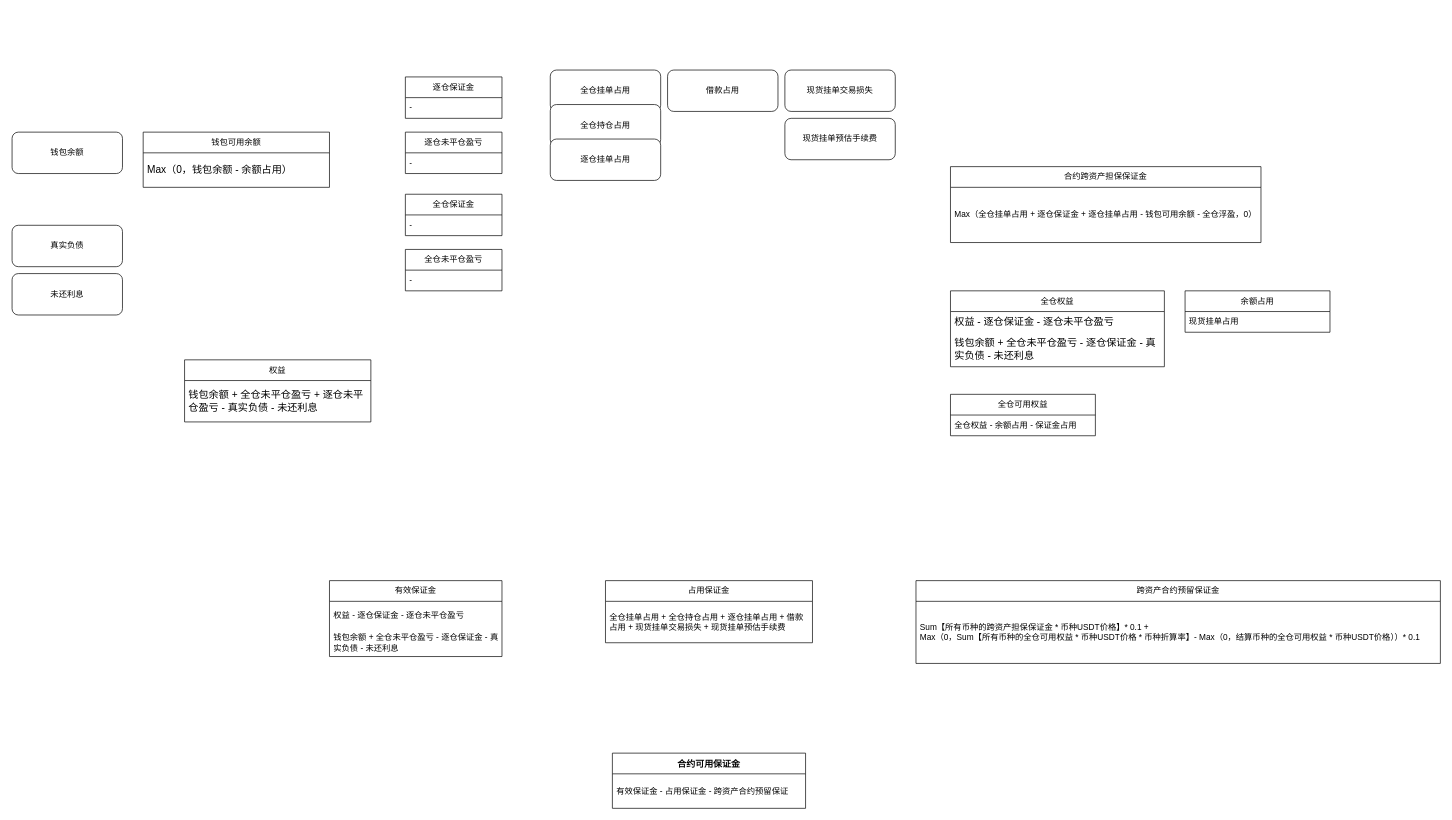
Before: UTA_2.drawio in AC-YoY/diagram-storage, a draw.io diagram. Source tidied: cells renumbered, new cells numbered last; positions are measured from the earlier drawing's top-left corner, leaving out a move shared by most shapes. Both pictures are drawn from the tidied source at 69%, with x=0, y=0 at pixel (12, 70).
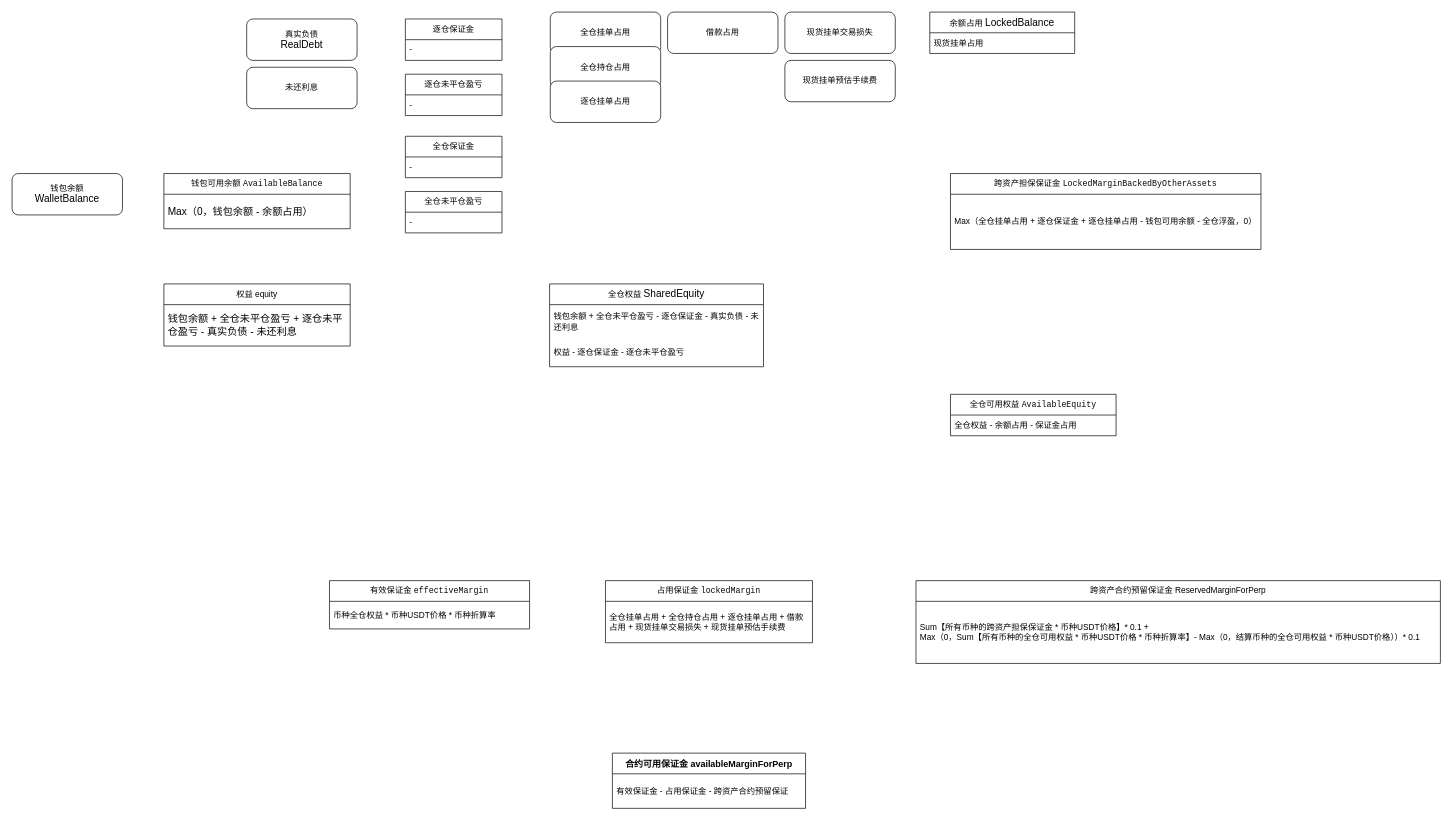
The same diagram, later.

What changed in the source:
```diff
@@
-    <mxCell id="2" value="&lt;span style=&quot;text-align: left;&quot;&gt;&lt;b&gt;&lt;font style=&quot;font-size: 13px;&quot;&gt;合约可用保证金&lt;/font&gt;&lt;/b&gt;&lt;/span&gt;" style="swimlane;fontStyle=0;horizontal=1;startSize=30;whiteSpace=wrap;html=1;" parent="1" vertex="1">
+    <mxCell id="2" value="&lt;span style=&quot;text-align: left;&quot;&gt;&lt;b&gt;&lt;font style=&quot;font-size: 13px;&quot;&gt;合约可用保证金&amp;nbsp;&lt;/font&gt;&lt;/b&gt;&lt;/span&gt;&lt;span style=&quot;font-size: 13px;&quot;&gt;&lt;b&gt;availableMarginForPerp&lt;/b&gt;&lt;/span&gt;" style="swimlane;fontStyle=0;horizontal=1;startSize=30;whiteSpace=wrap;html=1;" parent="1" vertex="1">
       <mxGeometry x="870" y="990" width="280" height="80" as="geometry" />
     </mxCell>
@@
-    <mxCell id="4" value="&lt;span style=&quot;text-align: left;&quot;&gt;有效保证金&lt;/span&gt;" style="swimlane;fontStyle=0;horizontal=1;startSize=30;whiteSpace=wrap;html=1;" parent="1" vertex="1">
-      <mxGeometry x="460" y="740" width="250" height="110" as="geometry" />
+    <mxCell id="4" value="&lt;span style=&quot;text-align: left;&quot;&gt;有效保证金&amp;nbsp;&lt;/span&gt;&lt;span style=&quot;font-family: &amp;quot;JetBrains Mono&amp;quot;, monospace; font-size: 9pt; background-color: rgb(255, 255, 255); color: rgb(8, 8, 8);&quot;&gt;effectiveMargin&lt;/span&gt;" style="swimlane;fontStyle=0;horizontal=1;startSize=30;whiteSpace=wrap;html=1;" parent="1" vertex="1">
+      <mxGeometry x="460" y="740" width="290" height="70" as="geometry" />
     </mxCell>
-    <mxCell id="5" value="&lt;div&gt;权益 - 逐仓保证金 - 逐仓未平仓盈亏&lt;/div&gt;" style="text;strokeColor=none;fillColor=none;align=left;verticalAlign=middle;spacingLeft=4;spacingRight=4;overflow=hidden;whiteSpace=wrap;html=1;" parent="4" vertex="1">
-      <mxGeometry y="30" width="250" height="40" as="geometry" />
+    <mxCell id="5" value="&lt;div&gt;币种全仓权益 * 币种USDT价格 * 币种折算率&lt;/div&gt;" style="text;strokeColor=none;fillColor=none;align=left;verticalAlign=middle;spacingLeft=4;spacingRight=4;overflow=hidden;whiteSpace=wrap;html=1;" parent="4" vertex="1">
+      <mxGeometry y="30" width="290" height="40" as="geometry" />
     </mxCell>
-    <mxCell id="6" value="&lt;div&gt;&lt;span style=&quot;background-color: initial;&quot;&gt;钱包余额 + 全仓未平仓盈亏 - 逐仓保证金 - 真实负债 - 未还利息&lt;/span&gt;&lt;br&gt;&lt;/div&gt;" style="text;strokeColor=none;fillColor=none;align=left;verticalAlign=middle;spacingLeft=4;spacingRight=4;overflow=hidden;whiteSpace=wrap;html=1;" parent="4" vertex="1">
-      <mxGeometry y="70" width="250" height="40" as="geometry" />
-    </mxCell>
-    <mxCell id="7" value="&lt;span style=&quot;text-align: left;&quot;&gt;占用保证金&lt;/span&gt;" style="swimlane;fontStyle=0;horizontal=1;startSize=30;whiteSpace=wrap;html=1;" parent="1" vertex="1">
+    <mxCell id="7" value="&lt;span style=&quot;text-align: left;&quot;&gt;占用保证金&amp;nbsp;&lt;/span&gt;&lt;span style=&quot;font-family: &amp;quot;JetBrains Mono&amp;quot;, monospace; font-size: 9pt; background-color: rgb(255, 255, 255); color: rgb(8, 8, 8);&quot;&gt;lockedMargin&lt;/span&gt;" style="swimlane;fontStyle=0;horizontal=1;startSize=30;whiteSpace=wrap;html=1;" parent="1" vertex="1">
       <mxGeometry x="860" y="740" width="300" height="90" as="geometry" />
     </mxCell>
@@
-    <mxCell id="9" value="&lt;span style=&quot;text-align: left;&quot;&gt;跨资产合约预留保证金&lt;/span&gt;" style="swimlane;fontStyle=0;horizontal=1;startSize=30;whiteSpace=wrap;html=1;" parent="1" vertex="1">
+    <mxCell id="9" value="&lt;span style=&quot;text-align: left;&quot;&gt;跨资产合约预留保证金&amp;nbsp;&lt;/span&gt;ReservedMarginForPerp" style="swimlane;fontStyle=0;horizontal=1;startSize=30;whiteSpace=wrap;html=1;" parent="1" vertex="1">
       <mxGeometry x="1310" y="740" width="760" height="120" as="geometry" />
     </mxCell>
@@
     <mxCell id="11" value="&lt;span style=&quot;color: rgb(0, 0, 0); font-family: Helvetica; font-size: 12px; font-style: normal; font-variant-ligatures: normal; font-variant-caps: normal; font-weight: 400; letter-spacing: normal; orphans: 2; text-align: left; text-indent: 0px; text-transform: none; widows: 2; word-spacing: 0px; -webkit-text-stroke-width: 0px; white-space: normal; background-color: rgb(251, 251, 251); text-decoration-thickness: initial; text-decoration-style: initial; text-decoration-color: initial; display: inline !important; float: none;&quot;&gt;全仓挂单占用&lt;/span&gt;" style="rounded=1;whiteSpace=wrap;html=1;" parent="1" vertex="1">
-      <mxGeometry x="780" width="160" height="60" as="geometry" />
+      <mxGeometry x="780" y="-84" width="160" height="60" as="geometry" />
     </mxCell>
     <mxCell id="12" value="&lt;span style=&quot;color: rgb(0, 0, 0); font-family: Helvetica; font-size: 12px; font-style: normal; font-variant-ligatures: normal; font-variant-caps: normal; font-weight: 400; letter-spacing: normal; orphans: 2; text-align: left; text-indent: 0px; text-transform: none; widows: 2; word-spacing: 0px; -webkit-text-stroke-width: 0px; white-space: normal; background-color: rgb(251, 251, 251); text-decoration-thickness: initial; text-decoration-style: initial; text-decoration-color: initial; display: inline !important; float: none;&quot;&gt;全仓持仓占用&lt;/span&gt;" style="rounded=1;whiteSpace=wrap;html=1;" parent="1" vertex="1">
-      <mxGeometry x="780" y="50" width="160" height="60" as="geometry" />
+      <mxGeometry x="780" y="-34" width="160" height="60" as="geometry" />
     </mxCell>
     <mxCell id="13" value="&lt;div&gt;&lt;span style=&quot;text-align: left; background-color: initial;&quot;&gt;逐仓挂单占用&lt;/span&gt;&lt;br&gt;&lt;/div&gt;" style="rounded=1;whiteSpace=wrap;html=1;" parent="1" vertex="1">
-      <mxGeometry x="780" y="100" width="160" height="60" as="geometry" />
+      <mxGeometry x="780" y="16" width="160" height="60" as="geometry" />
     </mxCell>
     <mxCell id="14" value="&lt;div&gt;&lt;span style=&quot;text-align: left;&quot;&gt;借款占用&lt;/span&gt;&lt;br&gt;&lt;/div&gt;" style="rounded=1;whiteSpace=wrap;html=1;" parent="1" vertex="1">
-      <mxGeometry x="950" width="160" height="60" as="geometry" />
+      <mxGeometry x="950" y="-84" width="160" height="60" as="geometry" />
     </mxCell>
     <mxCell id="15" value="&lt;div&gt;&lt;span style=&quot;text-align: left;&quot;&gt;现货挂单交易损失&lt;/span&gt;&lt;br&gt;&lt;/div&gt;" style="rounded=1;whiteSpace=wrap;html=1;" parent="1" vertex="1">
-      <mxGeometry x="1120" width="160" height="60" as="geometry" />
+      <mxGeometry x="1120" y="-84" width="160" height="60" as="geometry" />
     </mxCell>
     <mxCell id="16" value="&lt;div&gt;&lt;span style=&quot;text-align: left;&quot;&gt;现货挂单预估手续费&lt;/span&gt;&lt;br&gt;&lt;/div&gt;" style="rounded=1;whiteSpace=wrap;html=1;" parent="1" vertex="1">
-      <mxGeometry x="1120" y="70" width="160" height="60" as="geometry" />
+      <mxGeometry x="1120" y="-14" width="160" height="60" as="geometry" />
     </mxCell>
-    <mxCell id="17" value="&lt;span style=&quot;text-align: left;&quot;&gt;权益&lt;/span&gt;" style="swimlane;fontStyle=0;horizontal=1;startSize=30;whiteSpace=wrap;html=1;" parent="1" vertex="1">
-      <mxGeometry x="250" y="420" width="270" height="90" as="geometry" />
+    <mxCell id="17" value="&lt;span style=&quot;text-align: left;&quot;&gt;权益 equity&lt;/span&gt;" style="swimlane;fontStyle=0;horizontal=1;startSize=30;whiteSpace=wrap;html=1;" parent="1" vertex="1">
+      <mxGeometry x="220" y="310" width="270" height="90" as="geometry" />
     </mxCell>
@@
     <mxCell id="19" value="&lt;span style=&quot;text-align: left;&quot;&gt;逐仓保证金&lt;/span&gt;" style="swimlane;fontStyle=0;horizontal=1;startSize=30;whiteSpace=wrap;html=1;" parent="1" vertex="1">
-      <mxGeometry x="570" y="10" width="140" height="60" as="geometry" />
+      <mxGeometry x="570" y="-74" width="140" height="60" as="geometry" />
     </mxCell>
@@
     <mxCell id="21" value="&lt;span style=&quot;text-align: left;&quot;&gt;逐仓未平仓盈亏&lt;/span&gt;" style="swimlane;fontStyle=0;horizontal=1;startSize=30;whiteSpace=wrap;html=1;" parent="1" vertex="1">
-      <mxGeometry x="570" y="90" width="140" height="60" as="geometry" />
+      <mxGeometry x="570" y="6" width="140" height="60" as="geometry" />
     </mxCell>
@@
-    <mxCell id="23" value="&lt;div&gt;&lt;span style=&quot;text-align: left;&quot;&gt;真实负债&lt;/span&gt;&lt;br&gt;&lt;/div&gt;" style="rounded=1;whiteSpace=wrap;html=1;" parent="1" vertex="1">
-      <mxGeometry y="225" width="160" height="60" as="geometry" />
+    <mxCell id="23" value="&lt;div&gt;&lt;span style=&quot;text-align: left;&quot;&gt;真实负债&lt;br&gt;&lt;/span&gt;&lt;span id=&quot;docs-internal-guid-ca987349-7fff-c79b-9d45-a30c82a8ef7f&quot;&gt;&lt;span style=&quot;font-size: 11pt; font-family: Arial, sans-serif; background-color: transparent; font-variant-numeric: normal; font-variant-east-asian: normal; font-variant-alternates: normal; font-variant-position: normal; vertical-align: baseline; white-space-collapse: preserve;&quot;&gt;RealDebt&lt;/span&gt;&lt;/span&gt;&lt;br&gt;&lt;/div&gt;" style="rounded=1;whiteSpace=wrap;html=1;" parent="1" vertex="1">
+      <mxGeometry x="340" y="-74" width="160" height="60" as="geometry" />
     </mxCell>
     <mxCell id="24" value="&lt;div&gt;&lt;span style=&quot;text-align: left;&quot;&gt;未还利息&lt;/span&gt;&lt;br&gt;&lt;/div&gt;" style="rounded=1;whiteSpace=wrap;html=1;" parent="1" vertex="1">
-      <mxGeometry y="295" width="160" height="60" as="geometry" />
+      <mxGeometry x="340" y="-4" width="160" height="60" as="geometry" />
     </mxCell>
     <mxCell id="25" value="&lt;span style=&quot;text-align: left;&quot;&gt;全仓保证金&lt;/span&gt;" style="swimlane;fontStyle=0;horizontal=1;startSize=30;whiteSpace=wrap;html=1;" parent="1" vertex="1">
-      <mxGeometry x="570" y="180" width="140" height="60" as="geometry" />
+      <mxGeometry x="570" y="96" width="140" height="60" as="geometry" />
     </mxCell>
@@
     <mxCell id="27" value="&lt;span style=&quot;text-align: left;&quot;&gt;全仓未平仓盈亏&lt;/span&gt;" style="swimlane;fontStyle=0;horizontal=1;startSize=30;whiteSpace=wrap;html=1;" parent="1" vertex="1">
-      <mxGeometry x="570" y="260" width="140" height="60" as="geometry" />
+      <mxGeometry x="570" y="176" width="140" height="60" as="geometry" />
     </mxCell>
@@
-    <mxCell id="29" value="&lt;div&gt;&lt;span style=&quot;text-align: left;&quot;&gt;钱包余额&lt;/span&gt;&lt;br&gt;&lt;/div&gt;" style="rounded=1;whiteSpace=wrap;html=1;" parent="1" vertex="1">
-      <mxGeometry y="90" width="160" height="60" as="geometry" />
+    <mxCell id="29" value="&lt;div&gt;&lt;span style=&quot;text-align: left;&quot;&gt;钱包余额&lt;br&gt;&lt;/span&gt;&lt;span id=&quot;docs-internal-guid-9bbff485-7fff-7f70-41a6-ff45d0217319&quot;&gt;&lt;span style=&quot;font-size: 11pt; font-family: Arial, sans-serif; background-color: transparent; font-variant-numeric: normal; font-variant-east-asian: normal; font-variant-alternates: normal; font-variant-position: normal; vertical-align: baseline; white-space-collapse: preserve;&quot;&gt;WalletBalance&lt;/span&gt;&lt;/span&gt;&lt;br&gt;&lt;/div&gt;" style="rounded=1;whiteSpace=wrap;html=1;" parent="1" vertex="1">
+      <mxGeometry y="150" width="160" height="60" as="geometry" />
     </mxCell>
-    <mxCell id="30" value="&lt;span style=&quot;text-align: left;&quot;&gt;合约跨资产担保保证金&lt;/span&gt;" style="swimlane;fontStyle=0;horizontal=1;startSize=30;whiteSpace=wrap;html=1;" parent="1" vertex="1">
-      <mxGeometry x="1360" y="140" width="450" height="110" as="geometry" />
+    <mxCell id="30" value="&lt;span style=&quot;text-align: left;&quot;&gt;跨资产担保保证金&amp;nbsp;&lt;/span&gt;&lt;span style=&quot;font-family: &amp;quot;JetBrains Mono&amp;quot;, monospace; font-size: 9pt; background-color: rgb(255, 255, 255); color: rgb(8, 8, 8);&quot;&gt;LockedMarginBackedByOtherAssets&lt;/span&gt;" style="swimlane;fontStyle=0;horizontal=1;startSize=30;whiteSpace=wrap;html=1;" parent="1" vertex="1">
+      <mxGeometry x="1360" y="150" width="450" height="110" as="geometry" />
     </mxCell>
@@
-    <mxCell id="32" value="&lt;span style=&quot;text-align: left;&quot;&gt;全仓可用权益&lt;/span&gt;" style="swimlane;fontStyle=0;horizontal=1;startSize=30;whiteSpace=wrap;html=1;" parent="1" vertex="1">
-      <mxGeometry x="1360" y="470" width="210" height="60" as="geometry" />
+    <mxCell id="32" value="&lt;span style=&quot;text-align: left;&quot;&gt;全仓可用权益&amp;nbsp;&lt;/span&gt;&lt;span style=&quot;font-family: &amp;quot;JetBrains Mono&amp;quot;, monospace; font-size: 9pt; background-color: rgb(255, 255, 255); color: rgb(8, 8, 8);&quot;&gt;AvailableEquity&lt;/span&gt;" style="swimlane;fontStyle=0;horizontal=1;startSize=30;whiteSpace=wrap;html=1;" parent="1" vertex="1">
+      <mxGeometry x="1360" y="470" width="240" height="60" as="geometry" />
     </mxCell>
     <mxCell id="33" value="全仓权益 - 余额占用 - 保证金占用" style="text;strokeColor=none;fillColor=none;align=left;verticalAlign=middle;spacingLeft=4;spacingRight=4;overflow=hidden;whiteSpace=wrap;html=1;" parent="32" vertex="1">
-      <mxGeometry y="30" width="210" height="30" as="geometry" />
+      <mxGeometry y="30" width="240" height="30" as="geometry" />
     </mxCell>
-    <mxCell id="34" value="&lt;span style=&quot;text-align: left;&quot;&gt;全仓权益&lt;/span&gt;" style="swimlane;fontStyle=0;horizontal=1;startSize=30;whiteSpace=wrap;html=1;" parent="1" vertex="1">
-      <mxGeometry x="1360" y="320" width="310" height="110" as="geometry" />
+    <mxCell id="34" value="&lt;span style=&quot;text-align: left;&quot;&gt;全仓权益&amp;nbsp;&lt;/span&gt;&lt;span id=&quot;docs-internal-guid-6efe46fb-7fff-cfc1-2f91-9d7f167bdc82&quot;&gt;&lt;span style=&quot;font-size: 11pt; font-family: Arial, sans-serif; background-color: transparent; font-variant-numeric: normal; font-variant-east-asian: normal; font-variant-alternates: normal; font-variant-position: normal; vertical-align: baseline; white-space-collapse: preserve;&quot;&gt;SharedEquity&lt;/span&gt;&lt;/span&gt;" style="swimlane;fontStyle=0;horizontal=1;startSize=30;whiteSpace=wrap;html=1;" parent="1" vertex="1">
+      <mxGeometry x="779" y="310" width="310" height="120" as="geometry" />
     </mxCell>
-    <mxCell id="35" value="&lt;span id=&quot;docs-internal-guid-8330c4ed-7fff-1668-7055-0fd71e99c6b8&quot;&gt;&lt;span style=&quot;font-size: 11pt; font-family: Arial, sans-serif; background-color: transparent; font-variant-numeric: normal; font-variant-east-asian: normal; font-variant-alternates: normal; font-variant-position: normal; vertical-align: baseline; white-space-collapse: preserve;&quot;&gt;权益 - 逐仓保证金 - 逐仓未平仓盈亏&lt;/span&gt;&lt;/span&gt;" style="text;strokeColor=none;fillColor=none;align=left;verticalAlign=middle;spacingLeft=4;spacingRight=4;overflow=hidden;whiteSpace=wrap;html=1;" parent="34" vertex="1">
-      <mxGeometry y="30" width="310" height="30" as="geometry" />
+    <mxCell id="35" value="&lt;span id=&quot;docs-internal-guid-8330c4ed-7fff-1668-7055-0fd71e99c6b8&quot;&gt;&lt;span style=&quot;font-family: Arial, sans-serif; background-color: transparent; font-variant-numeric: normal; font-variant-east-asian: normal; font-variant-alternates: normal; font-variant-position: normal; vertical-align: baseline; white-space-collapse: preserve;&quot;&gt;&lt;font style=&quot;font-size: 12px;&quot;&gt;钱包余额 + 全仓未平仓盈亏 - 逐仓保证金 - 真实负债 - 未还利息&lt;br/&gt;&lt;/font&gt;&lt;/span&gt;&lt;/span&gt;" style="text;strokeColor=none;fillColor=none;align=left;verticalAlign=middle;spacingLeft=4;spacingRight=4;overflow=hidden;whiteSpace=wrap;html=1;" parent="34" vertex="1">
+      <mxGeometry y="30" width="310" height="50" as="geometry" />
     </mxCell>
-    <mxCell id="36" value="&lt;span id=&quot;docs-internal-guid-f703a618-7fff-798c-0bb1-125c687710a3&quot;&gt;&lt;span style=&quot;font-size: 11pt; font-family: Arial, sans-serif; background-color: transparent; font-variant-numeric: normal; font-variant-east-asian: normal; font-variant-alternates: normal; font-variant-position: normal; vertical-align: baseline; white-space-collapse: preserve;&quot;&gt;钱包余额 + 全仓未平仓盈亏 - 逐仓保证金 - 真实负债 - 未还利息&lt;/span&gt;&lt;/span&gt;" style="text;strokeColor=none;fillColor=none;align=left;verticalAlign=middle;spacingLeft=4;spacingRight=4;overflow=hidden;whiteSpace=wrap;html=1;fontStyle=0;" parent="34" vertex="1">
-      <mxGeometry y="60" width="310" height="50" as="geometry" />
+    <mxCell id="36" value="&lt;span style=&quot;font-family: Arial, sans-serif; white-space-collapse: preserve;&quot;&gt;权益 - 逐仓保证金 - 逐仓未平仓盈亏&lt;/span&gt;" style="text;strokeColor=none;fillColor=none;align=left;verticalAlign=middle;spacingLeft=4;spacingRight=4;overflow=hidden;whiteSpace=wrap;html=1;fontStyle=0;" parent="34" vertex="1">
+      <mxGeometry y="80" width="310" height="40" as="geometry" />
     </mxCell>
-    <mxCell id="37" value="&lt;span style=&quot;text-align: left;&quot;&gt;余额占用&lt;/span&gt;" style="swimlane;fontStyle=0;horizontal=1;startSize=30;whiteSpace=wrap;html=1;" parent="1" vertex="1">
-      <mxGeometry x="1700" y="320" width="210" height="60" as="geometry" />
+    <mxCell id="37" value="&lt;span style=&quot;text-align: left;&quot;&gt;余额占用&amp;nbsp;&lt;/span&gt;&lt;span id=&quot;docs-internal-guid-4d6ba8cf-7fff-fb5d-45ef-94e92bc38878&quot;&gt;&lt;span style=&quot;font-size: 11pt; font-family: Arial, sans-serif; background-color: transparent; font-variant-numeric: normal; font-variant-east-asian: normal; font-variant-alternates: normal; font-variant-position: normal; vertical-align: baseline; white-space-collapse: preserve;&quot;&gt;LockedBalance&lt;/span&gt;&lt;/span&gt;" style="swimlane;fontStyle=0;horizontal=1;startSize=30;whiteSpace=wrap;html=1;" parent="1" vertex="1">
+      <mxGeometry x="1330" y="-84" width="210" height="60" as="geometry" />
     </mxCell>
@@
-    <mxCell id="39" value="&lt;div style=&quot;text-align: left;&quot;&gt;&lt;span style=&quot;background-color: initial;&quot;&gt;钱包可用余额&lt;/span&gt;&lt;/div&gt;" style="swimlane;fontStyle=0;horizontal=1;startSize=30;whiteSpace=wrap;html=1;" parent="1" vertex="1">
-      <mxGeometry x="190" y="90" width="270" height="80" as="geometry" />
+    <mxCell id="39" value="&lt;div style=&quot;text-align: left;&quot;&gt;钱包可用余额&amp;nbsp;&lt;span style=&quot;background-color: rgb(255, 255, 255); color: rgb(8, 8, 8); font-family: &amp;quot;JetBrains Mono&amp;quot;, monospace; font-size: 9pt; text-align: center;&quot;&gt;AvailableBalance&lt;/span&gt;&lt;/div&gt;" style="swimlane;fontStyle=0;horizontal=1;startSize=30;whiteSpace=wrap;html=1;" parent="1" vertex="1">
+      <mxGeometry x="220" y="150" width="270" height="80" as="geometry" />
     </mxCell>
```
